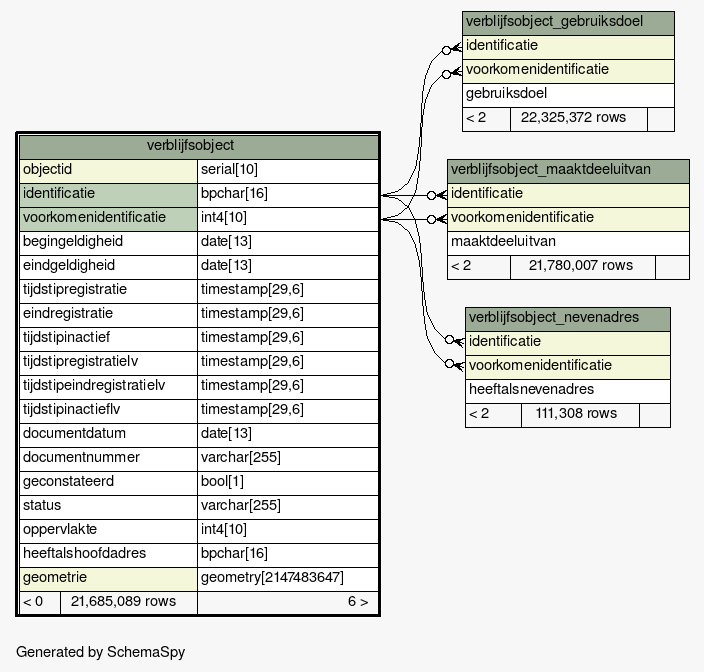
Above: datamodel/schemaspy/bag/diagrams/verblijfsobject.1degree.png in B3Partners/brmo (Graphviz), before the change. Its source is kept beside it as datamodel/schemaspy/bag/diagrams/verblijfsobject.1degree.dot. Source of this version:
```dot
digraph "oneDegreeRelationshipsDiagram" {
  graph [
    rankdir="RL"
    bgcolor="#f7f7f7"
    label="\nGenerated by SchemaSpy"
    labeljust="l"
    nodesep="0.18"
    ranksep="0.46"
    fontname="Helvetica"
    fontsize="11"
  ];
  node [
    fontname="Helvetica"
    fontsize="11"
    shape="plaintext"
  ];
  edge [
    arrowsize="0.8"
  ];
  "verblijfsobject_gebruiksdoel":"identificatie":w -> "verblijfsobject":"identificatie.type":e [arrowhead=none dir=back arrowtail=crowodot];
  "verblijfsobject_gebruiksdoel":"voorkomenidentificatie":w -> "verblijfsobject":"voorkomenidentificatie.type":e [arrowhead=none dir=back arrowtail=crowodot];
  "verblijfsobject_maaktdeeluitvan":"identificatie":w -> "verblijfsobject":"identificatie.type":e [arrowhead=none dir=back arrowtail=crowodot];
  "verblijfsobject_maaktdeeluitvan":"voorkomenidentificatie":w -> "verblijfsobject":"voorkomenidentificatie.type":e [arrowhead=none dir=back arrowtail=crowodot];
  "verblijfsobject_nevenadres":"identificatie":w -> "verblijfsobject":"identificatie.type":e [arrowhead=none dir=back arrowtail=crowodot];
  "verblijfsobject_nevenadres":"voorkomenidentificatie":w -> "verblijfsobject":"voorkomenidentificatie.type":e [arrowhead=none dir=back arrowtail=crowodot];
  "verblijfsobject" [
    label=<
    <TABLE BORDER="2" CELLBORDER="1" CELLSPACING="0" BGCOLOR="#ffffff">
      <TR><TD COLSPAN="3" BGCOLOR="#9bab96" ALIGN="CENTER">verblijfsobject</TD></TR>
      <TR><TD PORT="objectid" COLSPAN="2" BGCOLOR="#f4f7da" ALIGN="LEFT">objectid</TD><TD PORT="objectid.type" ALIGN="LEFT">serial[10]</TD></TR>
      <TR><TD PORT="identificatie" COLSPAN="2" BGCOLOR="#bed1b8" ALIGN="LEFT">identificatie</TD><TD PORT="identificatie.type" ALIGN="LEFT">bpchar[16]</TD></TR>
      <TR><TD PORT="voorkomenidentificatie" COLSPAN="2" BGCOLOR="#bed1b8" ALIGN="LEFT">voorkomenidentificatie</TD><TD PORT="voorkomenidentificatie.type" ALIGN="LEFT">int4[10]</TD></TR>
      <TR><TD PORT="begingeldigheid" COLSPAN="2" ALIGN="LEFT">begingeldigheid</TD><TD PORT="begingeldigheid.type" ALIGN="LEFT">date[13]</TD></TR>
      <TR><TD PORT="eindgeldigheid" COLSPAN="2" ALIGN="LEFT">eindgeldigheid</TD><TD PORT="eindgeldigheid.type" ALIGN="LEFT">date[13]</TD></TR>
      <TR><TD PORT="tijdstipregistratie" COLSPAN="2" ALIGN="LEFT">tijdstipregistratie</TD><TD PORT="tijdstipregistratie.type" ALIGN="LEFT">timestamp[29,6]</TD></TR>
      <TR><TD PORT="eindregistratie" COLSPAN="2" ALIGN="LEFT">eindregistratie</TD><TD PORT="eindregistratie.type" ALIGN="LEFT">timestamp[29,6]</TD></TR>
      <TR><TD PORT="tijdstipinactief" COLSPAN="2" ALIGN="LEFT">tijdstipinactief</TD><TD PORT="tijdstipinactief.type" ALIGN="LEFT">timestamp[29,6]</TD></TR>
      <TR><TD PORT="tijdstipregistratielv" COLSPAN="2" ALIGN="LEFT">tijdstipregistratielv</TD><TD PORT="tijdstipregistratielv.type" ALIGN="LEFT">timestamp[29,6]</TD></TR>
      <TR><TD PORT="tijdstipeindregistratielv" COLSPAN="2" ALIGN="LEFT">tijdstipeindregistratielv</TD><TD PORT="tijdstipeindregistratielv.type" ALIGN="LEFT">timestamp[29,6]</TD></TR>
      <TR><TD PORT="tijdstipinactieflv" COLSPAN="2" ALIGN="LEFT">tijdstipinactieflv</TD><TD PORT="tijdstipinactieflv.type" ALIGN="LEFT">timestamp[29,6]</TD></TR>
      <TR><TD PORT="documentdatum" COLSPAN="2" ALIGN="LEFT">documentdatum</TD><TD PORT="documentdatum.type" ALIGN="LEFT">date[13]</TD></TR>
      <TR><TD PORT="documentnummer" COLSPAN="2" ALIGN="LEFT">documentnummer</TD><TD PORT="documentnummer.type" ALIGN="LEFT">varchar[255]</TD></TR>
      <TR><TD PORT="geconstateerd" COLSPAN="2" ALIGN="LEFT">geconstateerd</TD><TD PORT="geconstateerd.type" ALIGN="LEFT">bool[1]</TD></TR>
      <TR><TD PORT="status" COLSPAN="2" ALIGN="LEFT">status</TD><TD PORT="status.type" ALIGN="LEFT">varchar[255]</TD></TR>
      <TR><TD PORT="oppervlakte" COLSPAN="2" ALIGN="LEFT">oppervlakte</TD><TD PORT="oppervlakte.type" ALIGN="LEFT">int4[10]</TD></TR>
      <TR><TD PORT="heeftalshoofdadres" COLSPAN="2" ALIGN="LEFT">heeftalshoofdadres</TD><TD PORT="heeftalshoofdadres.type" ALIGN="LEFT">bpchar[16]</TD></TR>
      <TR><TD PORT="geometrie" COLSPAN="2" BGCOLOR="#f4f7da" ALIGN="LEFT">geometrie</TD><TD PORT="geometrie.type" ALIGN="LEFT">geometry[2147483647]</TD></TR>
      <TR><TD ALIGN="LEFT" BGCOLOR="#f7f7f7">&lt; 0</TD><TD ALIGN="RIGHT" BGCOLOR="#f7f7f7">21,685,089 rows</TD><TD ALIGN="RIGHT" BGCOLOR="#f7f7f7">6 &gt;</TD></TR>
    </TABLE>>
    URL="verblijfsobject.html"
    tooltip="verblijfsobject"
  ];
  "verblijfsobject_gebruiksdoel" [
    label=<
    <TABLE BORDER="0" CELLBORDER="1" CELLSPACING="0" BGCOLOR="#ffffff">
      <TR><TD COLSPAN="3" BGCOLOR="#9bab96" ALIGN="CENTER">verblijfsobject_gebruiksdoel</TD></TR>
      <TR><TD PORT="identificatie" COLSPAN="3" BGCOLOR="#f4f7da" ALIGN="LEFT">identificatie</TD></TR>
      <TR><TD PORT="voorkomenidentificatie" COLSPAN="3" BGCOLOR="#f4f7da" ALIGN="LEFT">voorkomenidentificatie</TD></TR>
      <TR><TD PORT="gebruiksdoel" COLSPAN="3" ALIGN="LEFT">gebruiksdoel</TD></TR>
      <TR><TD ALIGN="LEFT" BGCOLOR="#f7f7f7">&lt; 2</TD><TD ALIGN="RIGHT" BGCOLOR="#f7f7f7">22,325,372 rows</TD><TD ALIGN="RIGHT" BGCOLOR="#f7f7f7">  </TD></TR>
    </TABLE>>
    URL="verblijfsobject_gebruiksdoel.html"
    tooltip="verblijfsobject_gebruiksdoel"
  ];
  "verblijfsobject_maaktdeeluitvan" [
    label=<
    <TABLE BORDER="0" CELLBORDER="1" CELLSPACING="0" BGCOLOR="#ffffff">
      <TR><TD COLSPAN="3" BGCOLOR="#9bab96" ALIGN="CENTER">verblijfsobject_maaktdeeluitvan</TD></TR>
      <TR><TD PORT="identificatie" COLSPAN="3" BGCOLOR="#f4f7da" ALIGN="LEFT">identificatie</TD></TR>
      <TR><TD PORT="voorkomenidentificatie" COLSPAN="3" BGCOLOR="#f4f7da" ALIGN="LEFT">voorkomenidentificatie</TD></TR>
      <TR><TD PORT="maaktdeeluitvan" COLSPAN="3" ALIGN="LEFT">maaktdeeluitvan</TD></TR>
      <TR><TD ALIGN="LEFT" BGCOLOR="#f7f7f7">&lt; 2</TD><TD ALIGN="RIGHT" BGCOLOR="#f7f7f7">21,780,007 rows</TD><TD ALIGN="RIGHT" BGCOLOR="#f7f7f7">  </TD></TR>
    </TABLE>>
    URL="verblijfsobject_maaktdeeluitvan.html"
    tooltip="verblijfsobject_maaktdeeluitvan"
  ];
  "verblijfsobject_nevenadres" [
    label=<
    <TABLE BORDER="0" CELLBORDER="1" CELLSPACING="0" BGCOLOR="#ffffff">
      <TR><TD COLSPAN="3" BGCOLOR="#9bab96" ALIGN="CENTER">verblijfsobject_nevenadres</TD></TR>
      <TR><TD PORT="identificatie" COLSPAN="3" BGCOLOR="#f4f7da" ALIGN="LEFT">identificatie</TD></TR>
      <TR><TD PORT="voorkomenidentificatie" COLSPAN="3" BGCOLOR="#f4f7da" ALIGN="LEFT">voorkomenidentificatie</TD></TR>
      <TR><TD PORT="heeftalsnevenadres" COLSPAN="3" ALIGN="LEFT">heeftalsnevenadres</TD></TR>
      <TR><TD ALIGN="LEFT" BGCOLOR="#f7f7f7">&lt; 2</TD><TD ALIGN="RIGHT" BGCOLOR="#f7f7f7">111,308 rows</TD><TD ALIGN="RIGHT" BGCOLOR="#f7f7f7">  </TD></TR>
    </TABLE>>
    URL="verblijfsobject_nevenadres.html"
    tooltip="verblijfsobject_nevenadres"
  ];
}
```
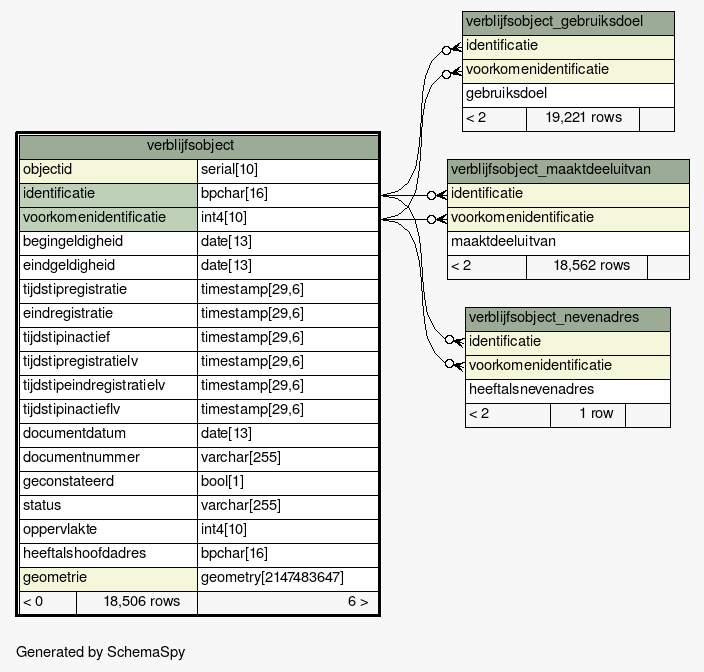
Above is the later version.

Diff of the diagram source:
```diff
@@ -45,7 +45,7 @@
       <TR><TD PORT="oppervlakte" COLSPAN="2" ALIGN="LEFT">oppervlakte</TD><TD PORT="oppervlakte.type" ALIGN="LEFT">int4[10]</TD></TR>
       <TR><TD PORT="heeftalshoofdadres" COLSPAN="2" ALIGN="LEFT">heeftalshoofdadres</TD><TD PORT="heeftalshoofdadres.type" ALIGN="LEFT">bpchar[16]</TD></TR>
       <TR><TD PORT="geometrie" COLSPAN="2" BGCOLOR="#f4f7da" ALIGN="LEFT">geometrie</TD><TD PORT="geometrie.type" ALIGN="LEFT">geometry[2147483647]</TD></TR>
-      <TR><TD ALIGN="LEFT" BGCOLOR="#f7f7f7">&lt; 0</TD><TD ALIGN="RIGHT" BGCOLOR="#f7f7f7">21,685,089 rows</TD><TD ALIGN="RIGHT" BGCOLOR="#f7f7f7">6 &gt;</TD></TR>
+      <TR><TD ALIGN="LEFT" BGCOLOR="#f7f7f7">&lt; 0</TD><TD ALIGN="RIGHT" BGCOLOR="#f7f7f7">18,506 rows</TD><TD ALIGN="RIGHT" BGCOLOR="#f7f7f7">6 &gt;</TD></TR>
     </TABLE>>
     URL="verblijfsobject.html"
     tooltip="verblijfsobject"
@@ -57,7 +57,7 @@
       <TR><TD PORT="identificatie" COLSPAN="3" BGCOLOR="#f4f7da" ALIGN="LEFT">identificatie</TD></TR>
       <TR><TD PORT="voorkomenidentificatie" COLSPAN="3" BGCOLOR="#f4f7da" ALIGN="LEFT">voorkomenidentificatie</TD></TR>
       <TR><TD PORT="gebruiksdoel" COLSPAN="3" ALIGN="LEFT">gebruiksdoel</TD></TR>
-      <TR><TD ALIGN="LEFT" BGCOLOR="#f7f7f7">&lt; 2</TD><TD ALIGN="RIGHT" BGCOLOR="#f7f7f7">22,325,372 rows</TD><TD ALIGN="RIGHT" BGCOLOR="#f7f7f7">  </TD></TR>
+      <TR><TD ALIGN="LEFT" BGCOLOR="#f7f7f7">&lt; 2</TD><TD ALIGN="RIGHT" BGCOLOR="#f7f7f7">19,221 rows</TD><TD ALIGN="RIGHT" BGCOLOR="#f7f7f7">  </TD></TR>
     </TABLE>>
     URL="verblijfsobject_gebruiksdoel.html"
     tooltip="verblijfsobject_gebruiksdoel"
@@ -69,7 +69,7 @@
       <TR><TD PORT="identificatie" COLSPAN="3" BGCOLOR="#f4f7da" ALIGN="LEFT">identificatie</TD></TR>
       <TR><TD PORT="voorkomenidentificatie" COLSPAN="3" BGCOLOR="#f4f7da" ALIGN="LEFT">voorkomenidentificatie</TD></TR>
       <TR><TD PORT="maaktdeeluitvan" COLSPAN="3" ALIGN="LEFT">maaktdeeluitvan</TD></TR>
-      <TR><TD ALIGN="LEFT" BGCOLOR="#f7f7f7">&lt; 2</TD><TD ALIGN="RIGHT" BGCOLOR="#f7f7f7">21,780,007 rows</TD><TD ALIGN="RIGHT" BGCOLOR="#f7f7f7">  </TD></TR>
+      <TR><TD ALIGN="LEFT" BGCOLOR="#f7f7f7">&lt; 2</TD><TD ALIGN="RIGHT" BGCOLOR="#f7f7f7">18,562 rows</TD><TD ALIGN="RIGHT" BGCOLOR="#f7f7f7">  </TD></TR>
     </TABLE>>
     URL="verblijfsobject_maaktdeeluitvan.html"
     tooltip="verblijfsobject_maaktdeeluitvan"
@@ -81,7 +81,7 @@
       <TR><TD PORT="identificatie" COLSPAN="3" BGCOLOR="#f4f7da" ALIGN="LEFT">identificatie</TD></TR>
       <TR><TD PORT="voorkomenidentificatie" COLSPAN="3" BGCOLOR="#f4f7da" ALIGN="LEFT">voorkomenidentificatie</TD></TR>
       <TR><TD PORT="heeftalsnevenadres" COLSPAN="3" ALIGN="LEFT">heeftalsnevenadres</TD></TR>
-      <TR><TD ALIGN="LEFT" BGCOLOR="#f7f7f7">&lt; 2</TD><TD ALIGN="RIGHT" BGCOLOR="#f7f7f7">111,308 rows</TD><TD ALIGN="RIGHT" BGCOLOR="#f7f7f7">  </TD></TR>
+      <TR><TD ALIGN="LEFT" BGCOLOR="#f7f7f7">&lt; 2</TD><TD ALIGN="RIGHT" BGCOLOR="#f7f7f7">1 row</TD><TD ALIGN="RIGHT" BGCOLOR="#f7f7f7">  </TD></TR>
     </TABLE>>
     URL="verblijfsobject_nevenadres.html"
     tooltip="verblijfsobject_nevenadres"
```
